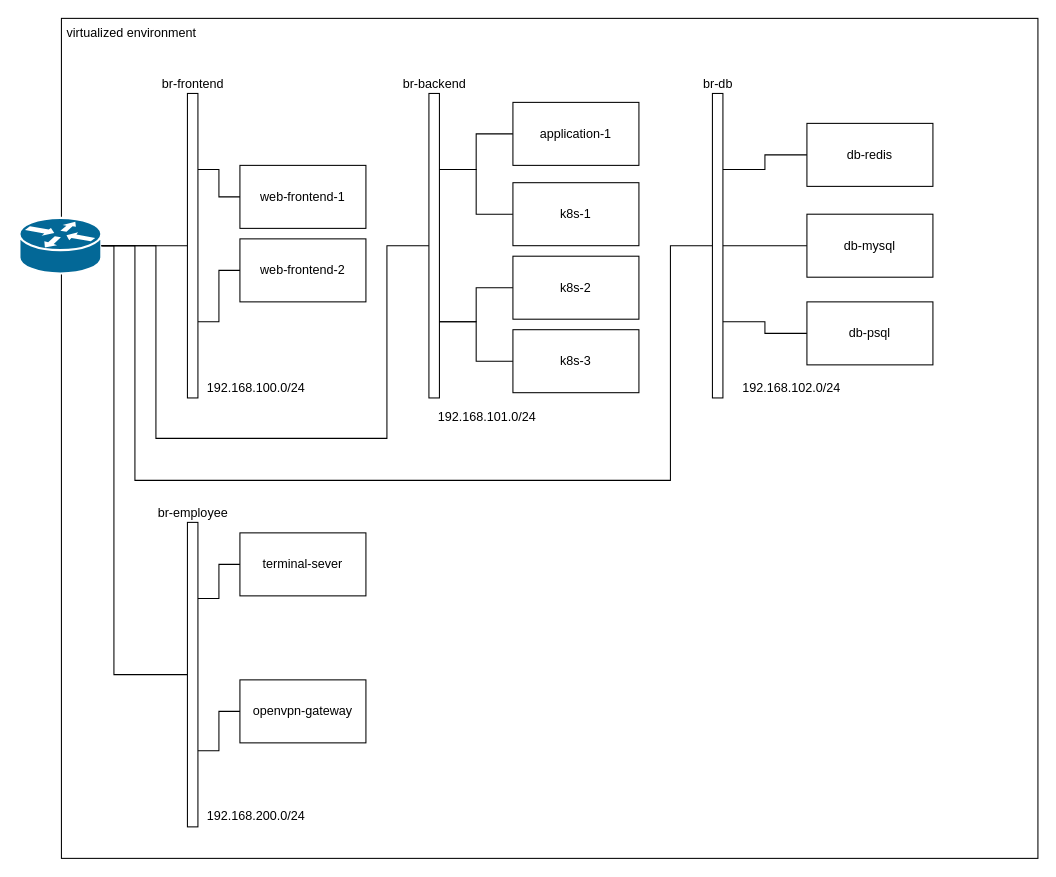
This is diagrams.drawio from marcsello/marcsellocorp-infra, a draw.io file, before an edit. Source tidied: cells renumbered, new cells numbered last; positions are measured from the earlier drawing's top-left corner, leaving out a move shared by most shapes. Both pictures are drawn from the tidied source at 105%, with x=0, y=0 at pixel (19, 18).
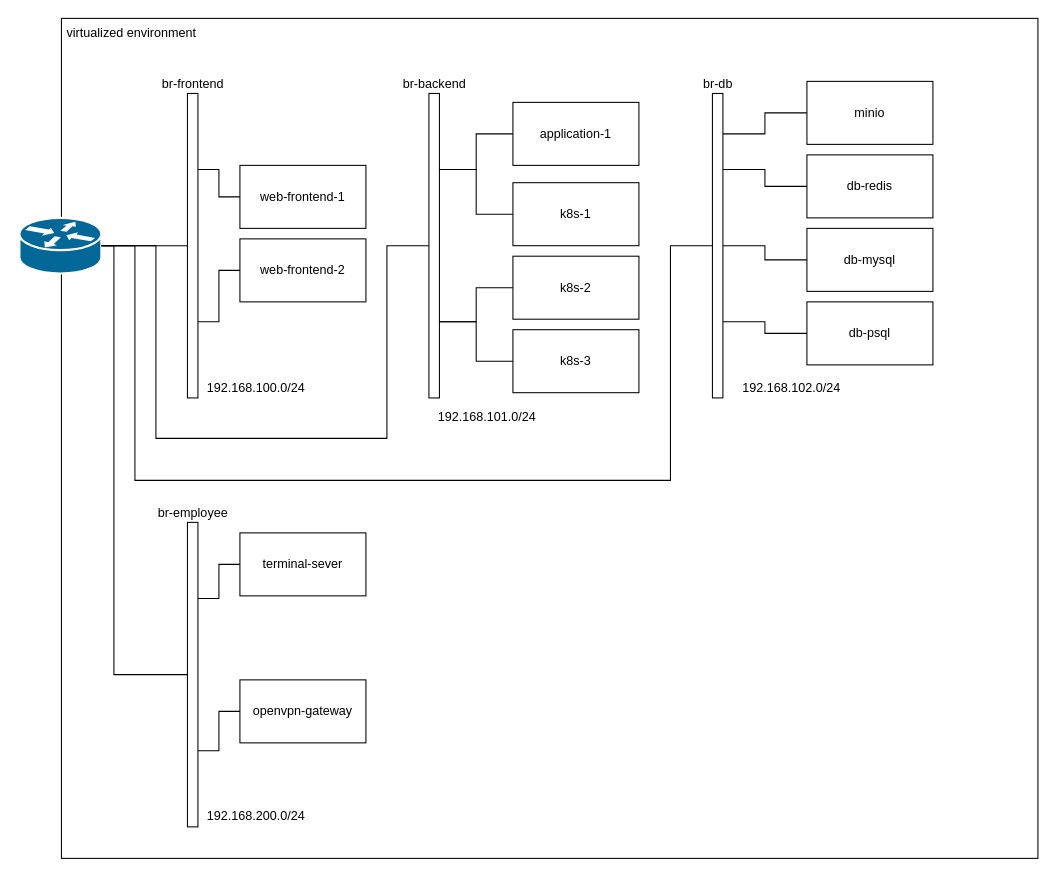
The same diagram, later.

Commit message:
Added minio to diagram

The change refers to these unchanged cells:
```xml
<mxCell id="13" value="br-db" style="rounded=0;html=1;verticalAlign=bottom;labelPosition=center;verticalLabelPosition=top;align=center;" parent="1" vertex="1">
  <mxGeometry x="660" y="71.5" width="10" height="290" as="geometry" />
</mxCell>
```

Diff of the diagram source:
```diff
@@
+    <mxCell id="38" style="edgeStyle=orthogonalEdgeStyle;rounded=0;jettySize=auto;html=1;endArrow=none;endFill=0;" parent="1" edge="1" source="13" target="39">
+      <mxGeometry relative="1" as="geometry">
+        <Array as="points">
+          <mxPoint x="710" y="110" />
+          <mxPoint x="710" y="90" />
+        </Array>
+      </mxGeometry>
+    </mxCell>
@@
     <mxCell id="23" value="db-mysql" style="rounded=0;whiteSpace=wrap;html=1;" parent="1" vertex="1">
-      <mxGeometry x="750" y="186.5" width="120" height="60" as="geometry" />
+      <mxGeometry x="750" y="200" width="120" height="60" as="geometry" />
     </mxCell>
@@
     <mxCell id="27" value="db-redis" style="rounded=0;whiteSpace=wrap;html=1;" parent="1" vertex="1">
-      <mxGeometry x="750" y="100" width="120" height="60" as="geometry" />
+      <mxGeometry x="750" y="130" width="120" height="60" as="geometry" />
     </mxCell>
@@
+    <mxCell id="39" value="minio" style="rounded=0;whiteSpace=wrap;html=1;" parent="1" vertex="1">
+      <mxGeometry x="750" y="60" width="120" height="60" as="geometry" />
+    </mxCell>
```
